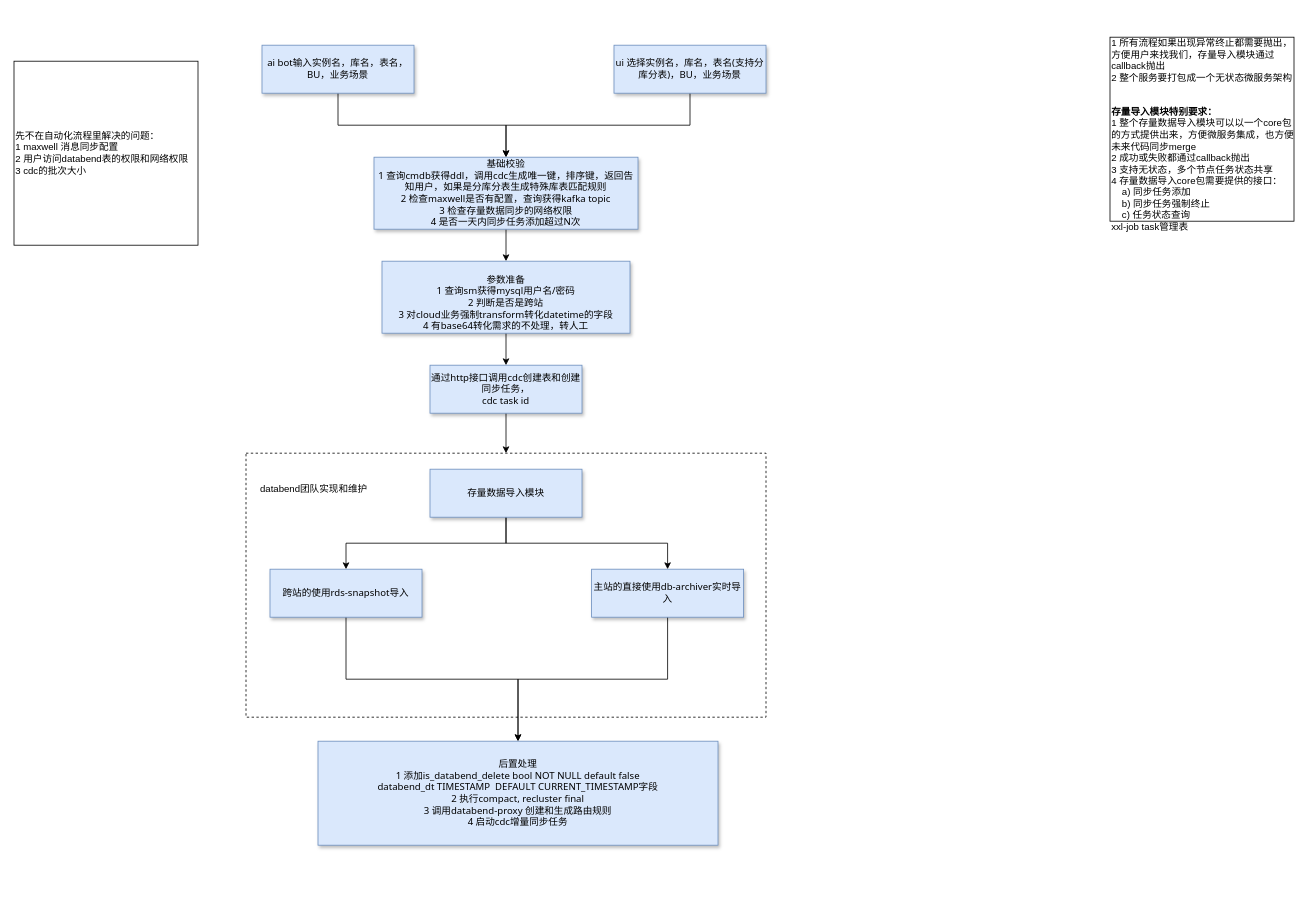
Earlier version of the draw.io diagram doc/databend自动化数据导入流程.drawio (jackjoesh/databend). Source tidied: cells renumbered, new cells numbered last; positions are measured from the earlier drawing's top-left corner, leaving out a move shared by most shapes. Both pictures are drawn from the tidied source at 80%, with x=0, y=0 at pixel (14, 37).
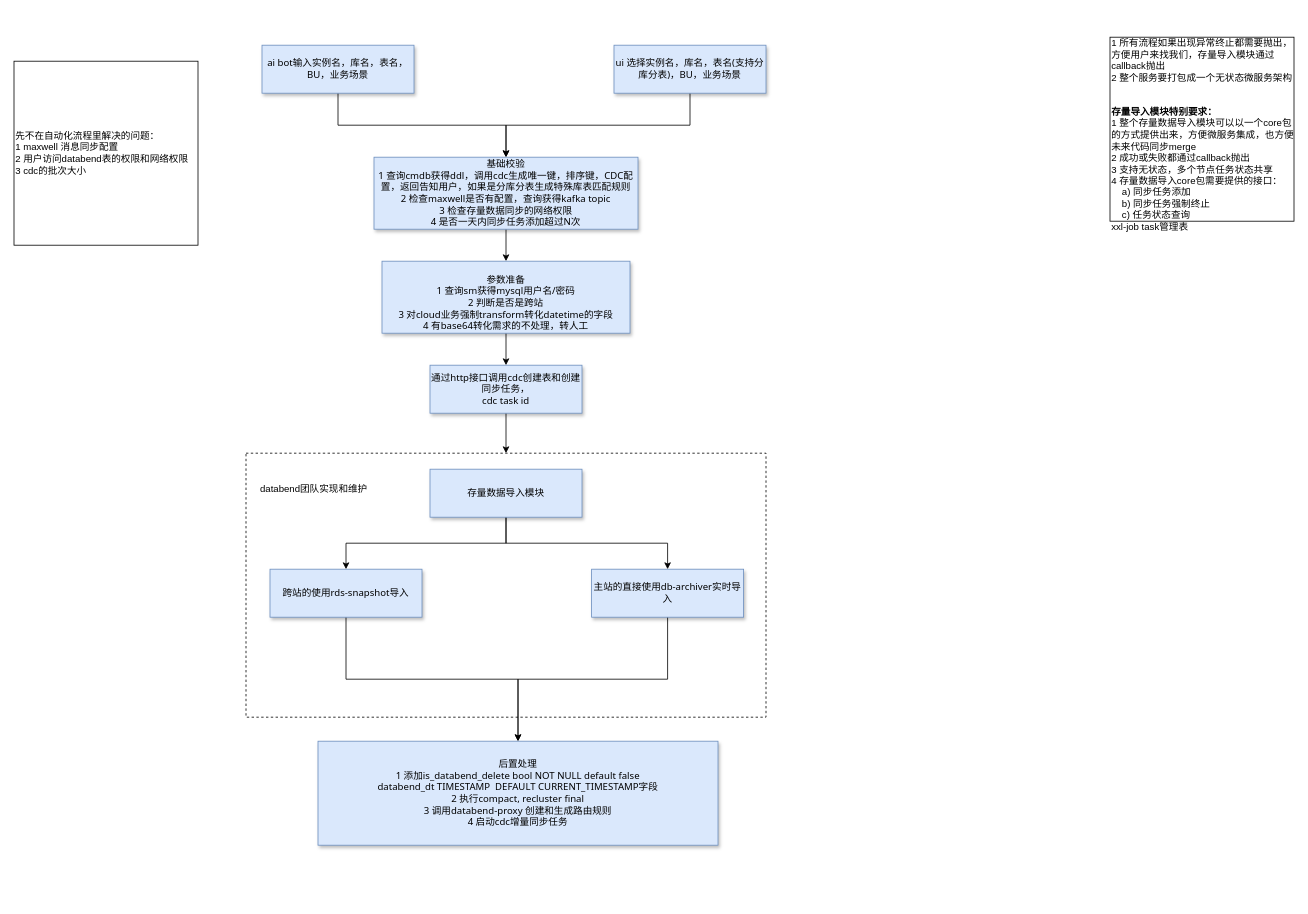
The same diagram, later.

Commit message:
更新databend自动化数据导入流程.drawio

Diff of the diagram source:
```diff
@@
-    <mxCell id="6" value="&lt;br&gt;基础校验&lt;br&gt;&lt;div&gt;1 查询cmdb获得ddl&lt;span style=&quot;background-color: transparent; color: light-dark(rgb(0, 0, 0), rgb(255, 255, 255));&quot;&gt;，调用cdc生成唯一键，排序键，返回告知用户，如果是分库分表生成特殊库表匹配规则&lt;/span&gt;&lt;/div&gt;&lt;div&gt;&lt;span style=&quot;background-color: transparent; color: light-dark(rgb(0, 0, 0), rgb(255, 255, 255));&quot;&gt;2 检查maxwell是否有配置，查询获得kafka topic&lt;/span&gt;&lt;/div&gt;&lt;div&gt;&lt;span style=&quot;background-color: transparent; color: light-dark(rgb(0, 0, 0), rgb(255, 255, 255));&quot;&gt;3 检查存量数据同步的网络权限&lt;br&gt;4 是否一天内同步任务添加超过N次&lt;br&gt;&lt;br&gt;&lt;/span&gt;&lt;/div&gt;" style="rounded=0;whiteSpace=wrap;html=1;fillColor=#dae8fc;strokeColor=#6c8ebf;shadow=1;fontFamily=Tahoma;" parent="1" vertex="1">
+    <mxCell id="6" value="&lt;br&gt;基础校验&lt;br&gt;&lt;div&gt;1 查询cmdb获得ddl&lt;span style=&quot;background-color: transparent; color: light-dark(rgb(0, 0, 0), rgb(255, 255, 255));&quot;&gt;，调用cdc生成唯一键，排序键，CDC配置，返回告知用户，如果是分库分表生成特殊库表匹配规则&lt;/span&gt;&lt;/div&gt;&lt;div&gt;&lt;span style=&quot;background-color: transparent; color: light-dark(rgb(0, 0, 0), rgb(255, 255, 255));&quot;&gt;2 检查maxwell是否有配置，查询获得kafka topic&lt;/span&gt;&lt;/div&gt;&lt;div&gt;&lt;span style=&quot;background-color: transparent; color: light-dark(rgb(0, 0, 0), rgb(255, 255, 255));&quot;&gt;3 检查存量数据同步的网络权限&lt;br&gt;4 是否一天内同步任务添加超过N次&lt;br&gt;&lt;br&gt;&lt;/span&gt;&lt;/div&gt;" style="rounded=0;whiteSpace=wrap;html=1;fillColor=#dae8fc;strokeColor=#6c8ebf;shadow=1;fontFamily=Tahoma;" parent="1" vertex="1">
       <mxGeometry x="450" y="150" width="330" height="90" as="geometry" />
     </mxCell>
```
